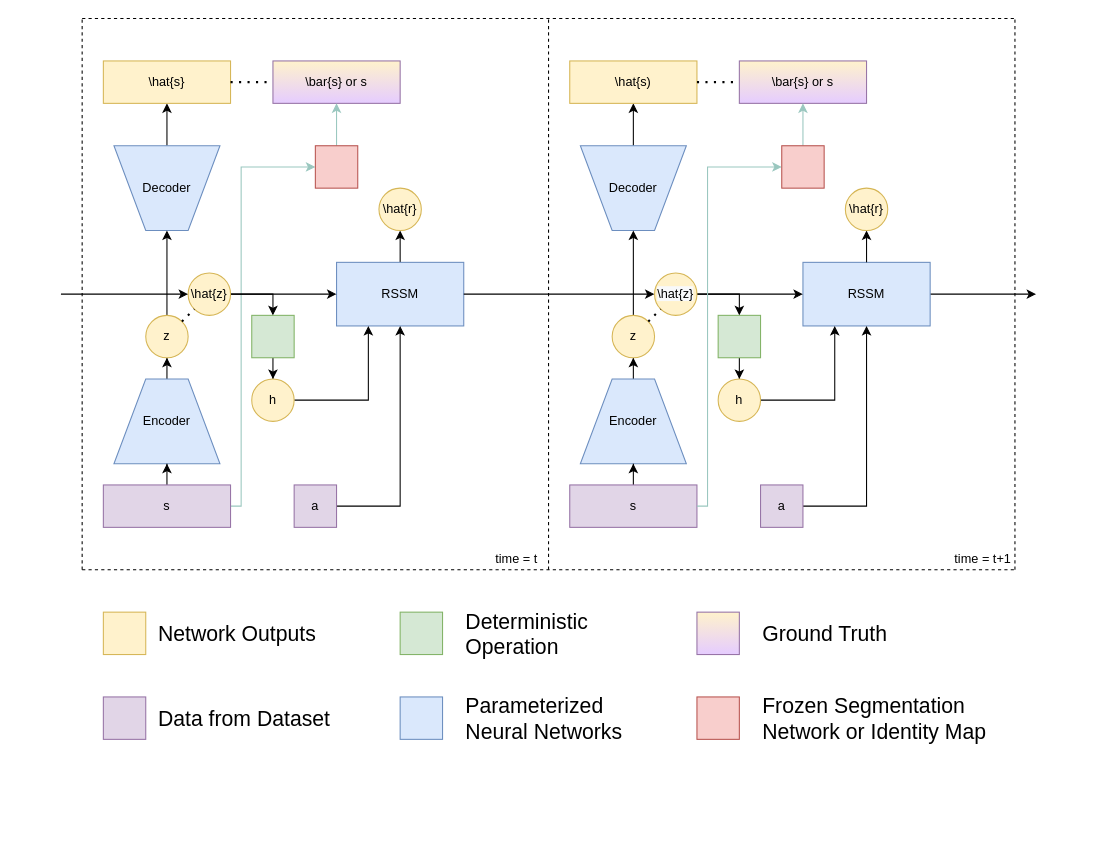
This is RSSM SE training.drawio from jjshoots/PhD-Project-Architecture, a draw.io file, before an edit. Source tidied: cells renumbered, new cells numbered last; positions are measured from the earlier drawing's top-left corner, leaving out a move shared by most shapes. Both pictures are drawn from the tidied source at 106%, with x=0, y=0 at pixel (60, 18).
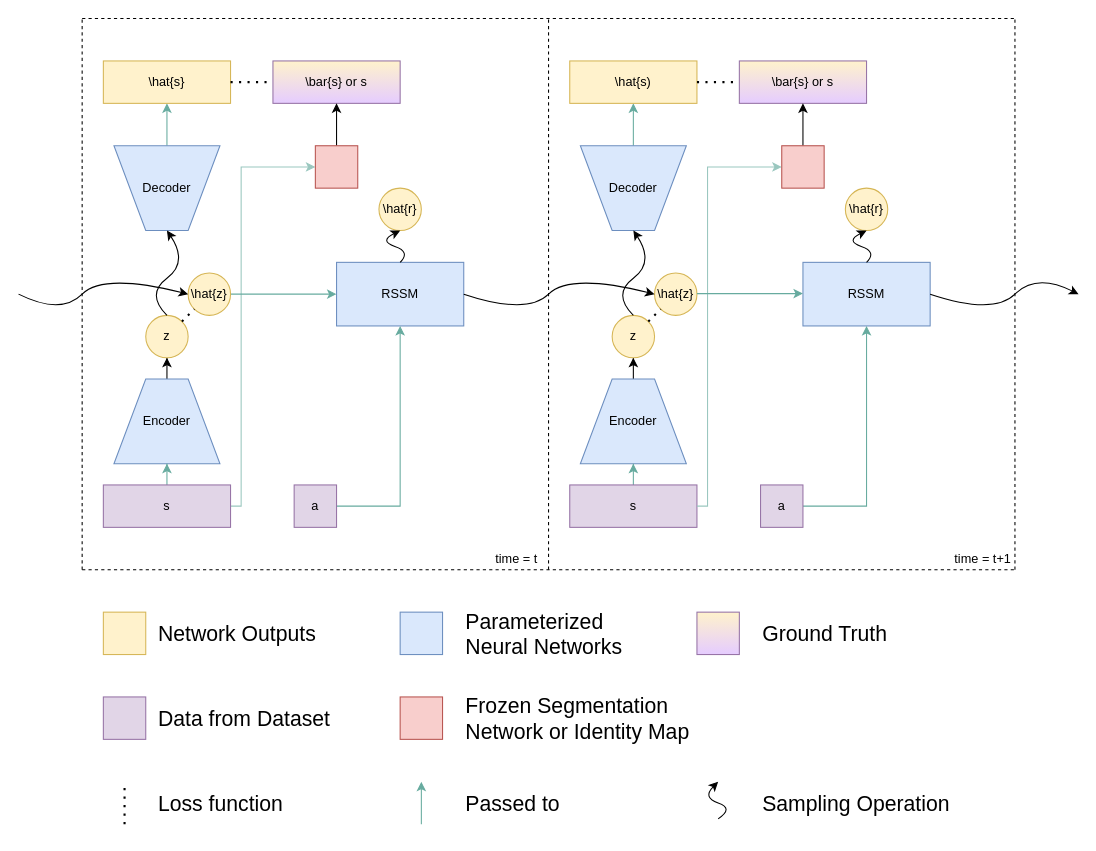
Above is the later version.

Unchanged cells that the change refers to:
```xml
<mxCell id="3" value="Encoder" style="shape=trapezoid;perimeter=trapezoidPerimeter;whiteSpace=wrap;html=1;fixedSize=1;size=30;fillColor=#dae8fc;strokeColor=#6c8ebf;" parent="1" vertex="1">
  <mxGeometry x="50" y="340" width="100" height="80" as="geometry" />
</mxCell>
<mxCell id="5" value="Decoder" style="shape=trapezoid;perimeter=trapezoidPerimeter;whiteSpace=wrap;html=1;fixedSize=1;size=30;direction=west;fillColor=#dae8fc;strokeColor=#6c8ebf;" parent="1" vertex="1">
  <mxGeometry x="50" y="120" width="100" height="80" as="geometry" />
</mxCell>
<mxCell id="7" value="z" style="ellipse;whiteSpace=wrap;html=1;fillColor=#fff2cc;strokeColor=#d6b656;" parent="1" vertex="1">
  <mxGeometry x="80" y="280" width="40" height="40" as="geometry" />
</mxCell>
<mxCell id="10" value="s" style="rounded=0;whiteSpace=wrap;html=1;fillColor=#e1d5e7;strokeColor=#9673a6;" parent="1" vertex="1">
  <mxGeometry x="40" y="440" width="120" height="40" as="geometry" />
</mxCell>
<mxCell id="11" value="\hat{s}" style="rounded=0;whiteSpace=wrap;html=1;fillColor=#fff2cc;strokeColor=#d6b656;" parent="1" vertex="1">
  <mxGeometry x="40" y="40" width="120" height="40" as="geometry" />
</mxCell>
<mxCell id="13" value="RSSM" style="rounded=0;whiteSpace=wrap;html=1;fillColor=#dae8fc;strokeColor=#6c8ebf;" parent="1" vertex="1">
  <mxGeometry x="260" y="230" width="120" height="60" as="geometry" />
</mxCell>
<mxCell id="20" value="a" style="whiteSpace=wrap;html=1;direction=south;fillColor=#e1d5e7;strokeColor=#9673a6;" parent="1" vertex="1">
  <mxGeometry x="220" y="440" width="40" height="40" as="geometry" />
</mxCell>
<mxCell id="23" value="\hat{z}" style="ellipse;whiteSpace=wrap;html=1;fillColor=#fff2cc;strokeColor=#d6b656;" parent="1" vertex="1">
  <mxGeometry x="120" y="240" width="40" height="40" as="geometry" />
</mxCell>
<mxCell id="26" value="\bar{s} or s" style="rounded=0;whiteSpace=wrap;html=1;strokeColor=#9673a6;gradientColor=#E5CCFF;fillColor=#FFF2CC;" parent="1" vertex="1">
  <mxGeometry x="200" y="40" width="120" height="40" as="geometry" />
</mxCell>
<mxCell id="29" value="Encoder" style="shape=trapezoid;perimeter=trapezoidPerimeter;whiteSpace=wrap;html=1;fixedSize=1;size=30;fillColor=#dae8fc;strokeColor=#6c8ebf;" parent="1" vertex="1">
  <mxGeometry x="490" y="340" width="100" height="80" as="geometry" />
</mxCell>
<mxCell id="31" value="Decoder" style="shape=trapezoid;perimeter=trapezoidPerimeter;whiteSpace=wrap;html=1;fixedSize=1;size=30;direction=west;fillColor=#dae8fc;strokeColor=#6c8ebf;" parent="1" vertex="1">
  <mxGeometry x="490" y="120" width="100" height="80" as="geometry" />
</mxCell>
<mxCell id="33" value="z" style="ellipse;whiteSpace=wrap;html=1;fillColor=#fff2cc;strokeColor=#d6b656;" parent="1" vertex="1">
  <mxGeometry x="520" y="280" width="40" height="40" as="geometry" />
</mxCell>
<mxCell id="35" value="s" style="rounded=0;whiteSpace=wrap;html=1;fillColor=#e1d5e7;strokeColor=#9673a6;" parent="1" vertex="1">
  <mxGeometry x="480" y="440" width="120" height="40" as="geometry" />
</mxCell>
<mxCell id="36" value="\hat{s)" style="rounded=0;whiteSpace=wrap;html=1;fillColor=#fff2cc;strokeColor=#d6b656;" parent="1" vertex="1">
  <mxGeometry x="480" y="40" width="120" height="40" as="geometry" />
</mxCell>
<mxCell id="38" value="RSSM" style="rounded=0;whiteSpace=wrap;html=1;fillColor=#dae8fc;strokeColor=#6c8ebf;" parent="1" vertex="1">
  <mxGeometry x="700" y="230" width="120" height="60" as="geometry" />
</mxCell>
<mxCell id="44" value="a" style="whiteSpace=wrap;html=1;direction=south;fillColor=#e1d5e7;strokeColor=#9673a6;" parent="1" vertex="1">
  <mxGeometry x="660" y="440" width="40" height="40" as="geometry" />
</mxCell>
<mxCell id="69" style="rounded=0;whiteSpace=wrap;html=1;fillColor=#f8cecc;strokeColor=#b85450;" parent="1" vertex="1">
  <mxGeometry x="240" y="120" width="40" height="40" as="geometry" />
</mxCell>
<mxCell id="72" style="rounded=0;whiteSpace=wrap;html=1;fillColor=#f8cecc;strokeColor=#b85450;" parent="1" vertex="1">
  <mxGeometry x="680" y="120" width="40" height="40" as="geometry" />
</mxCell>
<mxCell id="75" value="\hat{r}" style="ellipse;whiteSpace=wrap;html=1;direction=south;fillColor=#fff2cc;strokeColor=#d6b656;" parent="1" vertex="1">
  <mxGeometry x="300" y="160" width="40" height="40" as="geometry" />
</mxCell>
<mxCell id="77" value="\hat{r}" style="ellipse;whiteSpace=wrap;html=1;direction=south;fillColor=#fff2cc;strokeColor=#d6b656;" parent="1" vertex="1">
  <mxGeometry x="740" y="160" width="40" height="40" as="geometry" />
</mxCell>
```

What changed in the source:
```diff
@@
-    <mxCell id="4" style="edgeStyle=orthogonalEdgeStyle;rounded=0;jettySize=auto;html=1;" parent="1" edge="1" source="5" target="11">
+    <mxCell id="4" style="edgeStyle=orthogonalEdgeStyle;rounded=0;jettySize=auto;html=1;strokeColor=#67AB9F;" parent="1" edge="1" source="5" target="11">
       <mxGeometry relative="1" as="geometry" />
     </mxCell>
@@
-    <mxCell id="6" style="edgeStyle=orthogonalEdgeStyle;rounded=0;jettySize=auto;html=1;" parent="1" edge="1" source="7" target="5">
-      <mxGeometry relative="1" as="geometry" />
-    </mxCell>
@@
-    <mxCell id="8" style="edgeStyle=orthogonalEdgeStyle;rounded=0;jettySize=auto;html=1;" parent="1" edge="1" source="10" target="3">
+    <mxCell id="8" style="edgeStyle=orthogonalEdgeStyle;rounded=0;jettySize=auto;html=1;strokeColor=#67AB9F;" parent="1" edge="1" source="10" target="3">
       <mxGeometry relative="1" as="geometry" />
     </mxCell>
@@
-    <mxCell id="12" style="edgeStyle=orthogonalEdgeStyle;rounded=0;jettySize=auto;html=1;entryX=1;entryY=0.5;entryDx=0;entryDy=0;" parent="1" edge="1" source="13" target="75">
-      <mxGeometry relative="1" as="geometry" />
-    </mxCell>
@@
-    <mxCell id="14" style="edgeStyle=orthogonalEdgeStyle;rounded=0;jettySize=auto;html=1;" parent="1" edge="1" source="15" target="17">
-      <mxGeometry relative="1" as="geometry" />
-    </mxCell>
-    <mxCell id="15" style="whiteSpace=wrap;html=1;direction=south;fillColor=#d5e8d4;strokeColor=#82b366;" parent="1" vertex="1">
-      <mxGeometry x="180" y="280" width="40" height="40" as="geometry" />
-    </mxCell>
-    <mxCell id="16" style="edgeStyle=orthogonalEdgeStyle;rounded=0;jettySize=auto;html=1;entryX=0.25;entryY=1;entryDx=0;entryDy=0;" parent="1" edge="1" source="17" target="13">
-      <mxGeometry relative="1" as="geometry" />
-    </mxCell>
-    <mxCell id="17" value="h" style="ellipse;whiteSpace=wrap;html=1;direction=south;fillColor=#fff2cc;strokeColor=#d6b656;" parent="1" vertex="1">
-      <mxGeometry x="180" y="340" width="40" height="40" as="geometry" />
-    </mxCell>
-    <mxCell id="18" style="edgeStyle=orthogonalEdgeStyle;rounded=0;jettySize=auto;html=1;entryX=0;entryY=0.5;entryDx=0;entryDy=0;exitX=1;exitY=0.5;exitDx=0;exitDy=0;" parent="1" edge="1" source="13" target="47">
-      <mxGeometry relative="1" as="geometry" />
-    </mxCell>
-    <mxCell id="19" style="edgeStyle=orthogonalEdgeStyle;rounded=0;jettySize=auto;html=1;entryX=0.5;entryY=1;entryDx=0;entryDy=0;" parent="1" edge="1" source="20" target="13">
+    <mxCell id="19" style="edgeStyle=orthogonalEdgeStyle;rounded=0;jettySize=auto;html=1;entryX=0.5;entryY=1;entryDx=0;entryDy=0;strokeColor=#67AB9F;" parent="1" edge="1" source="20" target="13">
       <mxGeometry relative="1" as="geometry">
         <Array as="points">
           <mxPoint x="320" y="460" />
         </Array>
       </mxGeometry>
     </mxCell>
@@
-    <mxCell id="21" style="edgeStyle=orthogonalEdgeStyle;rounded=0;jettySize=auto;html=1;" parent="1" edge="1" source="23" target="15">
-      <mxGeometry relative="1" as="geometry">
-        <Array as="points">
-          <mxPoint x="200" y="260" />
-        </Array>
-      </mxGeometry>
-    </mxCell>
-    <mxCell id="22" style="edgeStyle=orthogonalEdgeStyle;rounded=0;jettySize=auto;html=1;entryX=0;entryY=0.5;entryDx=0;entryDy=0;" parent="1" edge="1" source="23" target="13">
+    <mxCell id="22" style="edgeStyle=orthogonalEdgeStyle;rounded=0;jettySize=auto;html=1;entryX=0;entryY=0.5;entryDx=0;entryDy=0;fillColor=#ffff88;strokeColor=#67AB9F;" parent="1" edge="1" source="23" target="13">
       <mxGeometry relative="1" as="geometry" />
     </mxCell>
@@
-    <mxCell id="25" style="endArrow=classic;html=1;entryX=0;entryY=0.5;entryDx=0;entryDy=0;" parent="1" edge="1" target="23">
-      <mxGeometry relative="1" as="geometry">
-        <mxPoint y="260" as="sourcePoint" />
-      </mxGeometry>
-    </mxCell>
@@
-    <mxCell id="30" style="edgeStyle=orthogonalEdgeStyle;rounded=0;jettySize=auto;html=1;" parent="1" edge="1" source="31" target="36">
+    <mxCell id="30" style="edgeStyle=orthogonalEdgeStyle;rounded=0;jettySize=auto;html=1;strokeColor=#67AB9F;" parent="1" edge="1" source="31" target="36">
       <mxGeometry relative="1" as="geometry" />
     </mxCell>
@@
-    <mxCell id="32" style="edgeStyle=orthogonalEdgeStyle;rounded=0;jettySize=auto;html=1;" parent="1" edge="1" source="33" target="31">
-      <mxGeometry relative="1" as="geometry" />
-    </mxCell>
@@
-    <mxCell id="34" style="edgeStyle=orthogonalEdgeStyle;rounded=0;jettySize=auto;html=1;" parent="1" edge="1" source="35" target="29">
+    <mxCell id="34" style="edgeStyle=orthogonalEdgeStyle;rounded=0;jettySize=auto;html=1;strokeColor=#67AB9F;" parent="1" edge="1" source="35" target="29">
       <mxGeometry relative="1" as="geometry" />
     </mxCell>
@@
-    <mxCell id="37" style="edgeStyle=orthogonalEdgeStyle;rounded=0;jettySize=auto;html=1;" parent="1" edge="1" source="38">
-      <mxGeometry relative="1" as="geometry">
-        <mxPoint x="920" y="260" as="targetPoint" />
-      </mxGeometry>
-    </mxCell>
@@
-    <mxCell id="39" style="edgeStyle=orthogonalEdgeStyle;rounded=0;jettySize=auto;html=1;" parent="1" edge="1" source="40" target="42">
-      <mxGeometry relative="1" as="geometry" />
-    </mxCell>
-    <mxCell id="40" style="whiteSpace=wrap;html=1;direction=south;fillColor=#d5e8d4;strokeColor=#82b366;" parent="1" vertex="1">
-      <mxGeometry x="620" y="280" width="40" height="40" as="geometry" />
-    </mxCell>
-    <mxCell id="41" style="edgeStyle=orthogonalEdgeStyle;rounded=0;jettySize=auto;html=1;entryX=0.25;entryY=1;entryDx=0;entryDy=0;" parent="1" edge="1" source="42" target="38">
-      <mxGeometry relative="1" as="geometry" />
-    </mxCell>
-    <mxCell id="42" value="h" style="ellipse;whiteSpace=wrap;html=1;direction=south;fillColor=#fff2cc;strokeColor=#d6b656;" parent="1" vertex="1">
-      <mxGeometry x="620" y="340" width="40" height="40" as="geometry" />
-    </mxCell>
-    <mxCell id="43" style="edgeStyle=orthogonalEdgeStyle;rounded=0;jettySize=auto;html=1;entryX=0.5;entryY=1;entryDx=0;entryDy=0;" parent="1" edge="1" source="44" target="38">
+    <mxCell id="43" style="edgeStyle=orthogonalEdgeStyle;rounded=0;jettySize=auto;html=1;entryX=0.5;entryY=1;entryDx=0;entryDy=0;strokeColor=#67AB9F;" parent="1" edge="1" source="44" target="38">
       <mxGeometry relative="1" as="geometry">
         <Array as="points">
           <mxPoint x="760" y="460" />
         </Array>
       </mxGeometry>
     </mxCell>
@@
-    <mxCell id="45" style="edgeStyle=orthogonalEdgeStyle;rounded=0;jettySize=auto;html=1;" parent="1" edge="1" source="47" target="40">
-      <mxGeometry relative="1" as="geometry">
-        <Array as="points">
-          <mxPoint x="640" y="260" />
-        </Array>
-      </mxGeometry>
-    </mxCell>
-    <mxCell id="46" style="edgeStyle=orthogonalEdgeStyle;rounded=0;jettySize=auto;html=1;entryX=0;entryY=0.5;entryDx=0;entryDy=0;" parent="1" edge="1" source="47" target="38">
-      <mxGeometry relative="1" as="geometry" />
-    </mxCell>
-    <mxCell id="47" value="&#10;&#10;&lt;span style=&quot;color: rgb(0, 0, 0); font-family: helvetica; font-size: 12px; font-style: normal; font-weight: 400; letter-spacing: normal; text-align: center; text-indent: 0px; text-transform: none; word-spacing: 0px; background-color: rgb(248, 249, 250); display: inline; float: none;&quot;&gt;\hat{z}&lt;/span&gt;&#10;&#10;" style="ellipse;whiteSpace=wrap;html=1;fillColor=#fff2cc;strokeColor=#d6b656;" parent="1" vertex="1">
+    <mxCell id="47" value="&lt;span style=&quot;color: rgb(0 , 0 , 0) ; font-family: &amp;#34;helvetica&amp;#34; ; font-size: 12px ; font-style: normal ; font-weight: 400 ; letter-spacing: normal ; text-align: center ; text-indent: 0px ; text-transform: none ; word-spacing: 0px ; display: inline ; float: none&quot;&gt;\hat{z}&lt;/span&gt;" style="ellipse;whiteSpace=wrap;html=1;fillColor=#fff2cc;strokeColor=#d6b656;" parent="1" vertex="1">
       <mxGeometry x="560" y="240" width="40" height="40" as="geometry" />
     </mxCell>
@@
     <mxCell id="58" style="rounded=0;whiteSpace=wrap;html=1;fillColor=#dae8fc;strokeColor=#6c8ebf;" parent="1" vertex="1">
-      <mxGeometry x="320" y="640" width="40" height="40" as="geometry" />
+      <mxGeometry x="320" y="560" width="40" height="40" as="geometry" />
     </mxCell>
-    <mxCell id="59" style="whiteSpace=wrap;html=1;direction=south;fillColor=#d5e8d4;strokeColor=#82b366;" parent="1" vertex="1">
-      <mxGeometry x="320" y="560" width="40" height="40" as="geometry" />
-    </mxCell>
@@
     <mxCell id="63" value="&lt;font style=&quot;font-size: 20px&quot;&gt;Parameterized Neural Networks&lt;/font&gt;" style="text;html=1;strokeColor=none;fillColor=none;align=left;verticalAlign=middle;whiteSpace=wrap;rounded=0;" parent="1" vertex="1">
-      <mxGeometry x="380" y="650" width="170" height="20" as="geometry" />
+      <mxGeometry x="380" y="570" width="170" height="20" as="geometry" />
     </mxCell>
-    <mxCell id="64" value="&lt;font style=&quot;font-size: 20px&quot;&gt;Deterministic Operation&lt;/font&gt;" style="text;html=1;strokeColor=none;fillColor=none;align=left;verticalAlign=middle;whiteSpace=wrap;rounded=0;" parent="1" vertex="1">
-      <mxGeometry x="380" y="570" width="170" height="20" as="geometry" />
+    <mxCell id="64" value="&lt;font style=&quot;font-size: 20px&quot;&gt;Sampling Operation&lt;/font&gt;" style="text;html=1;strokeColor=none;fillColor=none;align=left;verticalAlign=middle;whiteSpace=wrap;rounded=0;" parent="1" vertex="1">
+      <mxGeometry x="660" y="730" width="180" height="20" as="geometry" />
     </mxCell>
@@
     <mxCell id="66" style="rounded=0;whiteSpace=wrap;html=1;fillColor=#f8cecc;strokeColor=#b85450;" parent="1" vertex="1">
-      <mxGeometry x="600" y="640" width="40" height="40" as="geometry" />
+      <mxGeometry x="320" y="640" width="40" height="40" as="geometry" />
     </mxCell>
     <mxCell id="67" value="&lt;span style=&quot;font-size: 20px&quot;&gt;Frozen Segmentation Network or Identity Map&lt;/span&gt;" style="text;html=1;strokeColor=none;fillColor=none;align=left;verticalAlign=middle;whiteSpace=wrap;rounded=0;" parent="1" vertex="1">
-      <mxGeometry x="660" y="650" width="220" height="20" as="geometry" />
+      <mxGeometry x="380" y="650" width="220" height="20" as="geometry" />
     </mxCell>
-    <mxCell id="68" style="edgeStyle=orthogonalEdgeStyle;rounded=0;jettySize=auto;html=1;strokeColor=#9AC7BF;" parent="1" edge="1" source="69" target="26">
+    <mxCell id="68" style="edgeStyle=orthogonalEdgeStyle;rounded=0;jettySize=auto;html=1;" parent="1" edge="1" source="69" target="26">
       <mxGeometry relative="1" as="geometry" />
     </mxCell>
@@
-    <mxCell id="71" style="edgeStyle=orthogonalEdgeStyle;rounded=0;jettySize=auto;html=1;strokeColor=#9AC7BF;" parent="1" edge="1" source="72">
+    <mxCell id="71" style="edgeStyle=orthogonalEdgeStyle;rounded=0;jettySize=auto;html=1;" parent="1" edge="1" source="72">
       <mxGeometry relative="1" as="geometry">
         <mxPoint x="700" y="80" as="targetPoint" />
       </mxGeometry>
     </mxCell>
@@
-    <mxCell id="76" style="edgeStyle=orthogonalEdgeStyle;rounded=0;jettySize=auto;html=1;entryX=1;entryY=0.5;entryDx=0;entryDy=0;" parent="1" edge="1" target="77">
-      <mxGeometry relative="1" as="geometry">
-        <mxPoint x="760" y="230" as="sourcePoint" />
-      </mxGeometry>
-    </mxCell>
@@
+    <mxCell id="6" style="curved=1;endArrow=classic;html=1;exitX=0.5;exitY=0;exitDx=0;exitDy=0;entryX=0.5;entryY=0;entryDx=0;entryDy=0;" parent="1" edge="1" source="7" target="5">
+      <mxGeometry relative="1" as="geometry">
+        <Array as="points">
+          <mxPoint x="80" y="260" />
+          <mxPoint x="120" y="230" />
+        </Array>
+      </mxGeometry>
+    </mxCell>
+    <mxCell id="12" style="curved=1;endArrow=classic;html=1;exitX=0.5;exitY=0;exitDx=0;exitDy=0;entryX=1;entryY=0.5;entryDx=0;entryDy=0;" parent="1" edge="1" source="13" target="75">
+      <mxGeometry relative="1" as="geometry">
+        <Array as="points">
+          <mxPoint x="330" y="220" />
+          <mxPoint x="300" y="210" />
+        </Array>
+      </mxGeometry>
+    </mxCell>
+    <mxCell id="78" style="curved=1;endArrow=classic;html=1;exitX=0.5;exitY=0;exitDx=0;exitDy=0;entryX=1;entryY=0.5;entryDx=0;entryDy=0;" parent="1" edge="1">
+      <mxGeometry relative="1" as="geometry">
+        <mxPoint x="760" y="230" as="sourcePoint" />
+        <mxPoint x="760" y="200" as="targetPoint" />
+        <Array as="points">
+          <mxPoint x="770" y="220" />
+          <mxPoint x="740" y="210" />
+        </Array>
+      </mxGeometry>
+    </mxCell>
+    <mxCell id="79" style="curved=1;endArrow=classic;html=1;" parent="1" edge="1">
+      <mxGeometry relative="1" as="geometry">
+        <mxPoint x="620" y="755" as="sourcePoint" />
+        <mxPoint x="620" y="720" as="targetPoint" />
+        <Array as="points">
+          <mxPoint x="635" y="745" />
+          <mxPoint x="605" y="735" />
+        </Array>
+      </mxGeometry>
+    </mxCell>
+    <mxCell id="18" style="curved=1;endArrow=classic;html=1;exitX=1;exitY=0.5;exitDx=0;exitDy=0;entryX=0;entryY=0.5;entryDx=0;entryDy=0;" parent="1" edge="1" source="13" target="47">
+      <mxGeometry relative="1" as="geometry">
+        <Array as="points">
+          <mxPoint x="440" y="280" />
+          <mxPoint x="480" y="240" />
+        </Array>
+      </mxGeometry>
+    </mxCell>
+    <mxCell id="80" style="curved=1;endArrow=classic;html=1;entryX=0;entryY=0.5;entryDx=0;entryDy=0;" parent="1" edge="1">
+      <mxGeometry relative="1" as="geometry">
+        <mxPoint x="-40" y="260" as="sourcePoint" />
+        <mxPoint x="120" y="260" as="targetPoint" />
+        <Array as="points">
+          <mxPoint y="280" />
+          <mxPoint x="40" y="240" />
+        </Array>
+      </mxGeometry>
+    </mxCell>
+    <mxCell id="81" style="curved=1;endArrow=classic;html=1;exitX=1;exitY=0.5;exitDx=0;exitDy=0;" parent="1" edge="1">
+      <mxGeometry relative="1" as="geometry">
+        <mxPoint x="820" y="260" as="sourcePoint" />
+        <mxPoint x="960" y="260" as="targetPoint" />
+        <Array as="points">
+          <mxPoint x="880" y="280" />
+          <mxPoint x="920" y="240" />
+        </Array>
+      </mxGeometry>
+    </mxCell>
+    <mxCell id="82" style="edgeStyle=orthogonalEdgeStyle;rounded=0;orthogonalLoop=1;jettySize=auto;html=1;entryX=0;entryY=0.5;entryDx=0;entryDy=0;fillColor=#ffff88;strokeColor=#67AB9F;" parent="1" edge="1">
+      <mxGeometry relative="1" as="geometry">
+        <mxPoint x="600" y="259.5" as="sourcePoint" />
+        <mxPoint x="700" y="259.5" as="targetPoint" />
+      </mxGeometry>
+    </mxCell>
+    <mxCell id="83" value="&lt;font style=&quot;font-size: 20px&quot;&gt;Loss function&lt;/font&gt;" style="text;html=1;strokeColor=none;fillColor=none;align=left;verticalAlign=middle;whiteSpace=wrap;rounded=0;" parent="1" vertex="1">
+      <mxGeometry x="90" y="730" width="170" height="20" as="geometry" />
+    </mxCell>
+    <mxCell id="84" value="&lt;span style=&quot;font-size: 20px&quot;&gt;Passed to&lt;/span&gt;" style="text;html=1;strokeColor=none;fillColor=none;align=left;verticalAlign=middle;whiteSpace=wrap;rounded=0;" parent="1" vertex="1">
+      <mxGeometry x="380" y="730" width="170" height="20" as="geometry" />
+    </mxCell>
+    <mxCell id="85" style="endArrow=classic;html=1;strokeColor=#67AB9F;" parent="1" edge="1">
+      <mxGeometry relative="1" as="geometry">
+        <mxPoint x="340" y="760" as="sourcePoint" />
+        <mxPoint x="340" y="720" as="targetPoint" />
+      </mxGeometry>
+    </mxCell>
+    <mxCell id="86" style="endArrow=none;dashed=1;html=1;dashPattern=1 3;strokeWidth=2;" parent="1" edge="1">
+      <mxGeometry relative="1" as="geometry">
+        <mxPoint x="60" y="760" as="sourcePoint" />
+        <mxPoint x="60" y="720" as="targetPoint" />
+      </mxGeometry>
+    </mxCell>
+    <mxCell id="87" style="curved=1;endArrow=classic;html=1;exitX=0.5;exitY=0;exitDx=0;exitDy=0;entryX=0.5;entryY=0;entryDx=0;entryDy=0;" parent="1" edge="1">
+      <mxGeometry relative="1" as="geometry">
+        <mxPoint x="540" y="280" as="sourcePoint" />
+        <mxPoint x="540" y="200" as="targetPoint" />
+        <Array as="points">
+          <mxPoint x="520" y="260" />
+          <mxPoint x="560" y="230" />
+        </Array>
+      </mxGeometry>
+    </mxCell>
```
